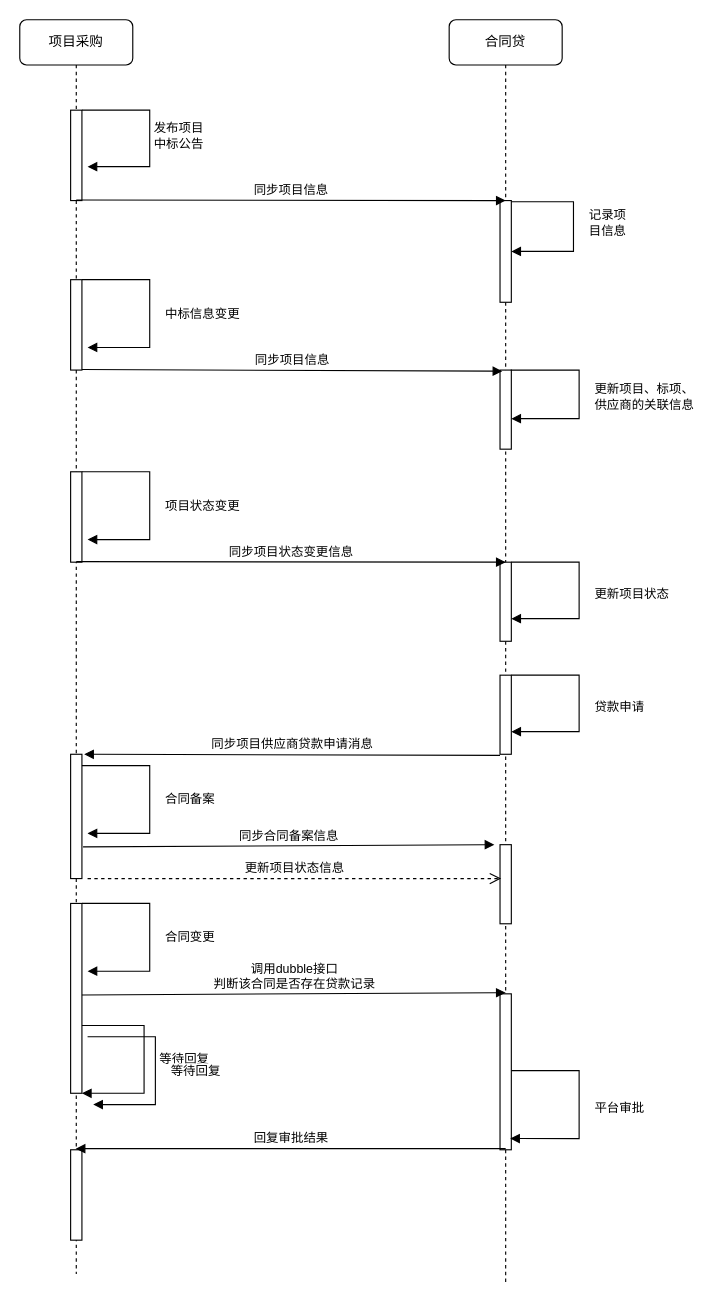
The draw.io diagram 合同贷和项目采购时序图.drawio in guanerzhengzheng/draw.io, before the edit. Source tidied: cells renumbered, new cells numbered last; positions are measured from the earlier drawing's top-left corner, leaving out a move shared by most shapes. Both pictures are drawn from the tidied source at 113%, with x=0, y=0 at pixel (19, 19).
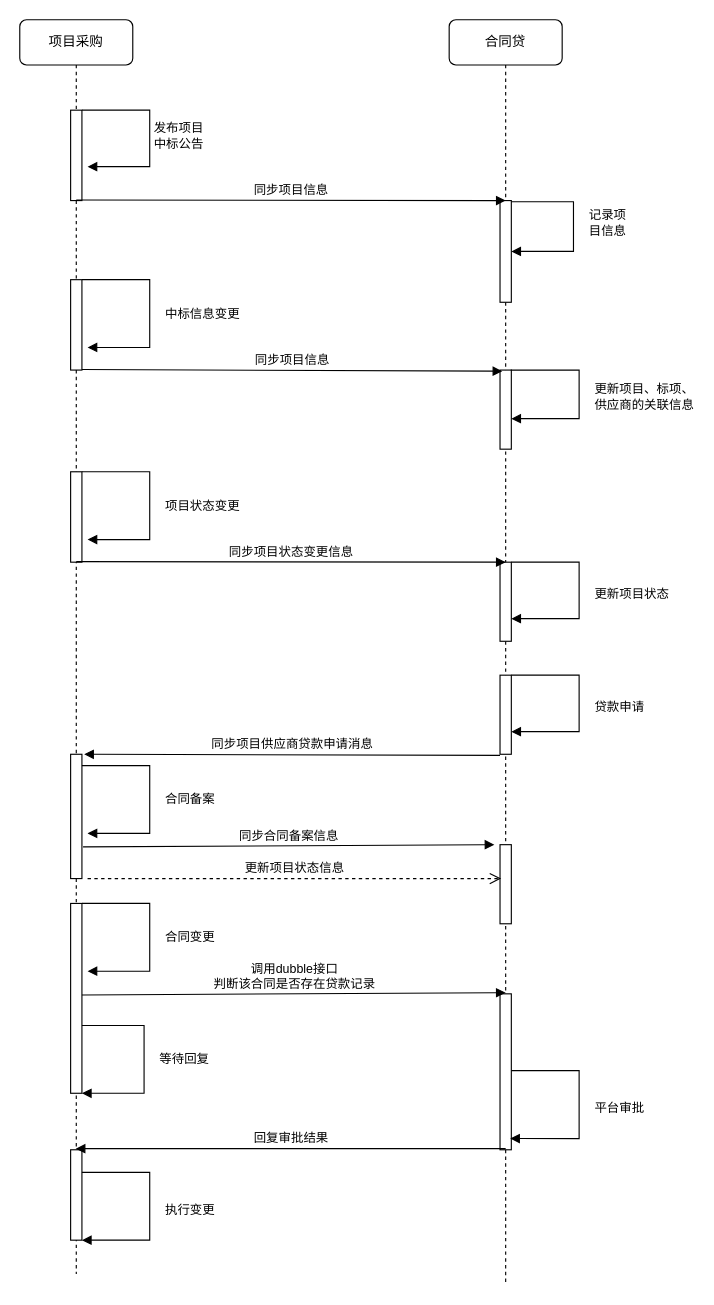
The same diagram, later.

Commit message:
更新合同贷和项目采购时序图.drawio

Unchanged cells that the change refers to:
```xml
<mxCell id="12" style="html=1;points=[];perimeter=orthogonalPerimeter;" parent="7" vertex="1">
  <mxGeometry x="45" y="1000" width="10" height="80" as="geometry" />
</mxCell>
```

Diff of the diagram source:
```diff
@@
-    <mxCell id="35" value="等待回复" style="edgeStyle=orthogonalEdgeStyle;html=1;align=left;spacingLeft=2;endArrow=block;rounded=0;" parent="1" edge="1">
-      <mxGeometry x="0.03" y="10" relative="1" as="geometry">
-        <mxPoint x="60" y="900" as="sourcePoint" />
-        <mxPoint x="65" y="960" as="targetPoint" />
-        <Array as="points">
-          <mxPoint x="120" y="900" />
-          <mxPoint x="120" y="960" />
-        </Array>
-      </mxGeometry>
-    </mxCell>
+    <mxCell id="36" value="执行变更" style="edgeStyle=orthogonalEdgeStyle;html=1;align=left;spacingLeft=2;endArrow=block;rounded=0;entryX=1;entryY=1;entryDx=0;entryDy=0;entryPerimeter=0;" parent="1" edge="1" target="12">
+      <mxGeometry x="0.03" y="10" relative="1" as="geometry">
+        <mxPoint x="55" y="1020" as="sourcePoint" />
+        <Array as="points">
+          <mxPoint x="115" y="1020" />
+          <mxPoint x="115" y="1080" />
+        </Array>
+      </mxGeometry>
+    </mxCell>
```
